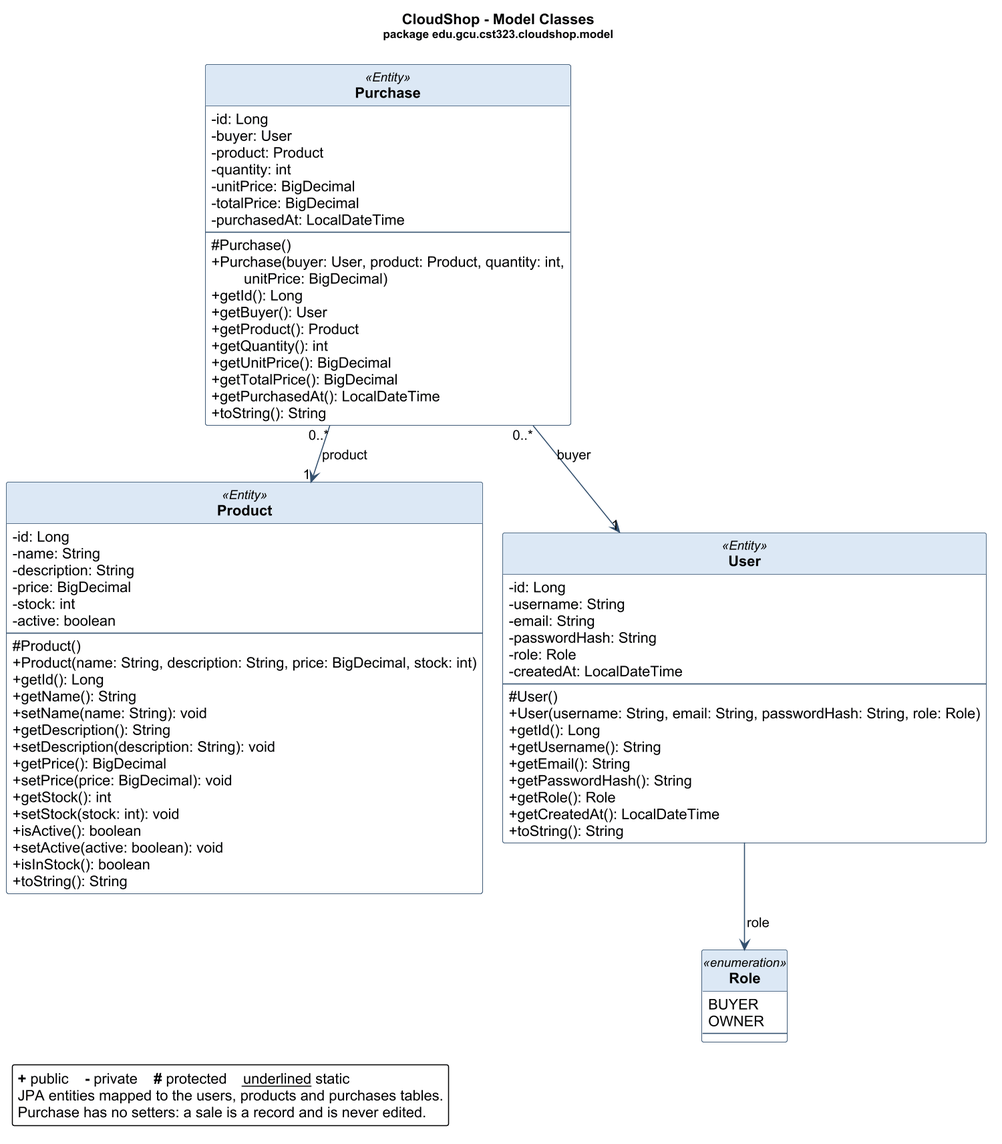
Earlier version of the PlantUML export docs/diagrams/uml-models.png (dimijimz/cst-323-cloudshop).
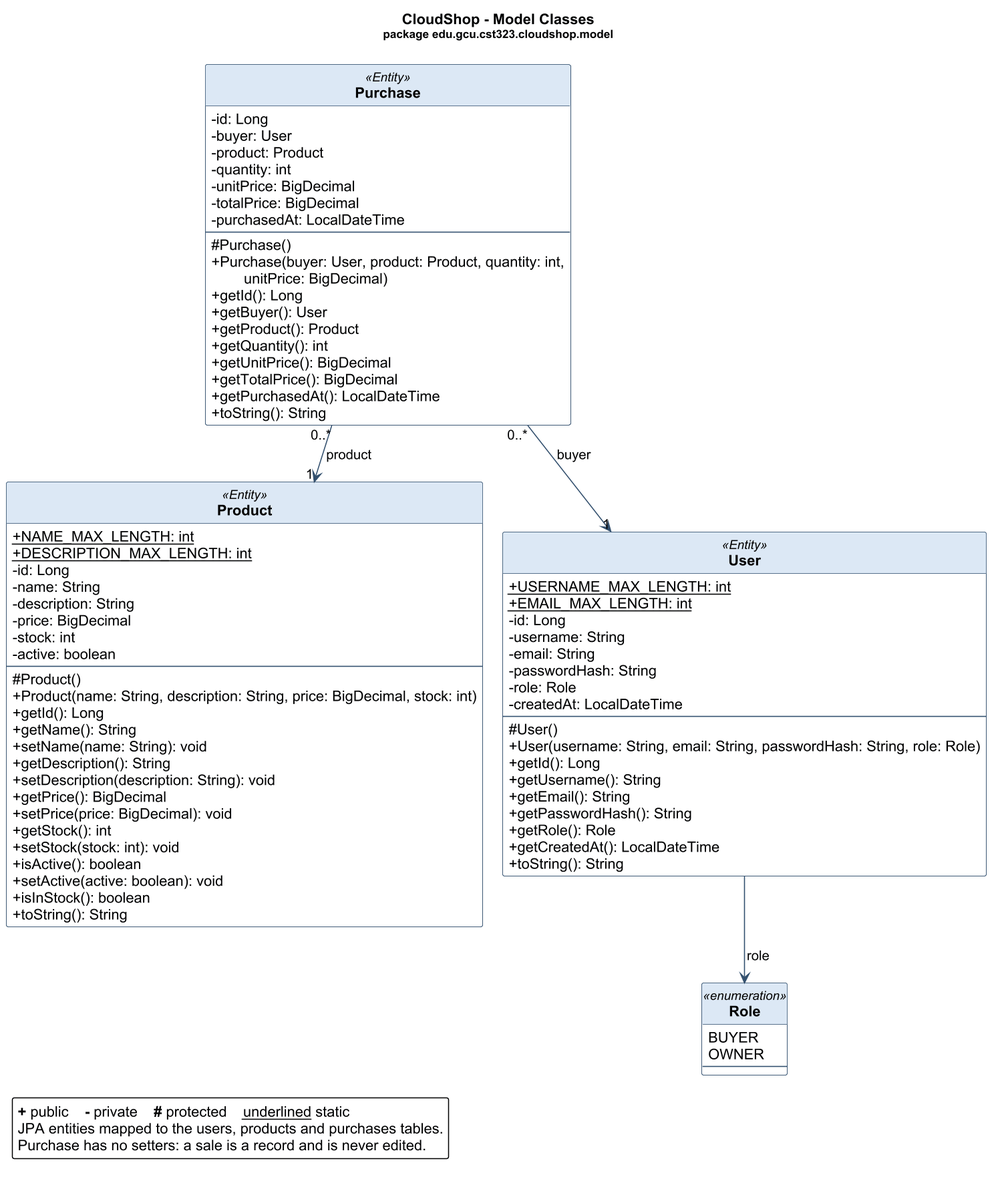
The same file after the commit.

Change to the diagram source:
```diff
@@ -22,6 +22,8 @@
 title CloudShop - Model Classes\n<size:11>package edu.gcu.cst323.cloudshop.model</size>
 
 class Product <<Entity>> {
+    + {static} NAME_MAX_LENGTH: int
+    + {static} DESCRIPTION_MAX_LENGTH: int
     - id: Long
     - name: String
     - description: String
@@ -74,6 +76,8 @@
 }
 
 class User <<Entity>> {
+    + {static} USERNAME_MAX_LENGTH: int
+    + {static} EMAIL_MAX_LENGTH: int
     - id: Long
     - username: String
     - email: String
```
